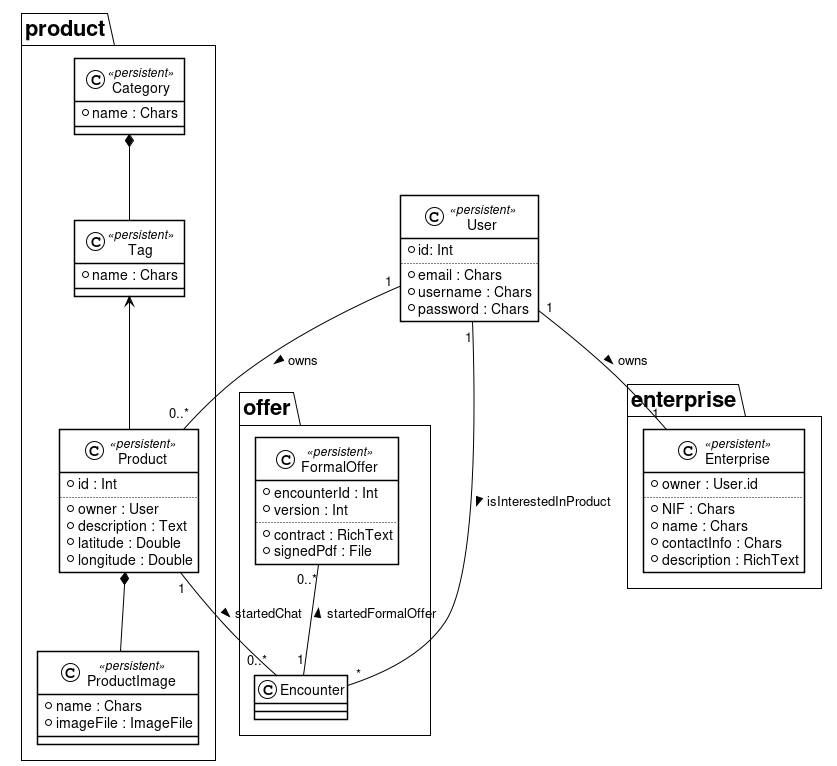
The PlantUML diagram 15-des/img/db.png in commed-it/docs, before a commit. Source of this version:
```plantuml
@startuml
!theme plain

namespace product {
class Product <<persistent>> {
    + id : Int
    ..
    + owner : User
    + description : Text
    + latitude : Double
    + longitude : Double
}

class ProductImage <<persistent>> {
    + name : Chars
    + imageFile : ImageFile
}

class Tag <<persistent>> {
    + name : Chars
}

class Category <<persistent>> {
    + name : Chars
}

Product *-- ProductImage
Tag <-- Product
Category *-- Tag

}

namespace enterprise {

    class Enterprise <<persistent>> {
        + owner : User.id
        ..
        + NIF : Chars
        + name : Chars
        + contactInfo : Chars
        + description : RichText
    }
}


class User <<persistent>> {
    + id: Int
    ..
    + email : Chars
    + username : Chars
    + password : Chars
}

namespace offer {

class Encounter {

}

class FormalOffer <<persistent>> {
    + encounterId : Int
    + version : Int
    ..
    + contract : RichText
    + signedPdf : File
}
}



User "1" -- "0..*" product.Product : owns >
User "1" -- "1" enterprise.Enterprise : owns >
User "1" -- "*" offer.Encounter : isInterestedInProduct >
product.Product "1" -- "0..*" offer.Encounter : startedChat >
offer.FormalOffer "0..*" -- "1" offer.Encounter : startedFormalOffer <


@enduml
```
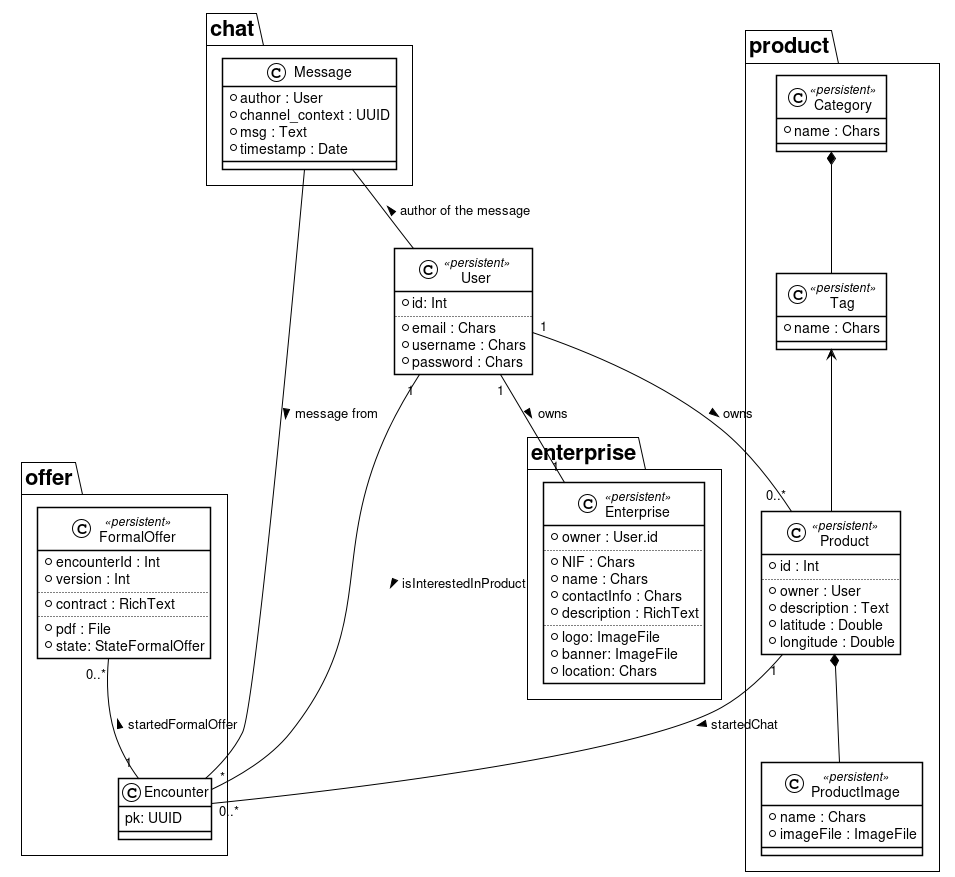
Above is the later version.

What changed in the source:
```diff
@@ -39,6 +39,10 @@
         + name : Chars
         + contactInfo : Chars
         + description : RichText
+        ..
+        + logo: ImageFile
+        + banner: ImageFile
+        + location: Chars
     }
 }
 
@@ -54,7 +58,7 @@
 namespace offer {
 
 class Encounter {
-
+    pk: UUID
 }
 
 class FormalOffer <<persistent>> {
@@ -62,9 +66,22 @@
     + version : Int
     ..
     + contract : RichText
-    + signedPdf : File
+    ..
+    + pdf : File
+    + state: StateFormalOffer
 }
 }
+
+class chat.Message {
+    + author : User
+    + channel_context : UUID
+    + msg : Text
+    + timestamp : Date
+}
+
+chat.Message -- offer.Encounter : message from >
+chat.Message -- User: author of the message <
+
 
 
 
```
